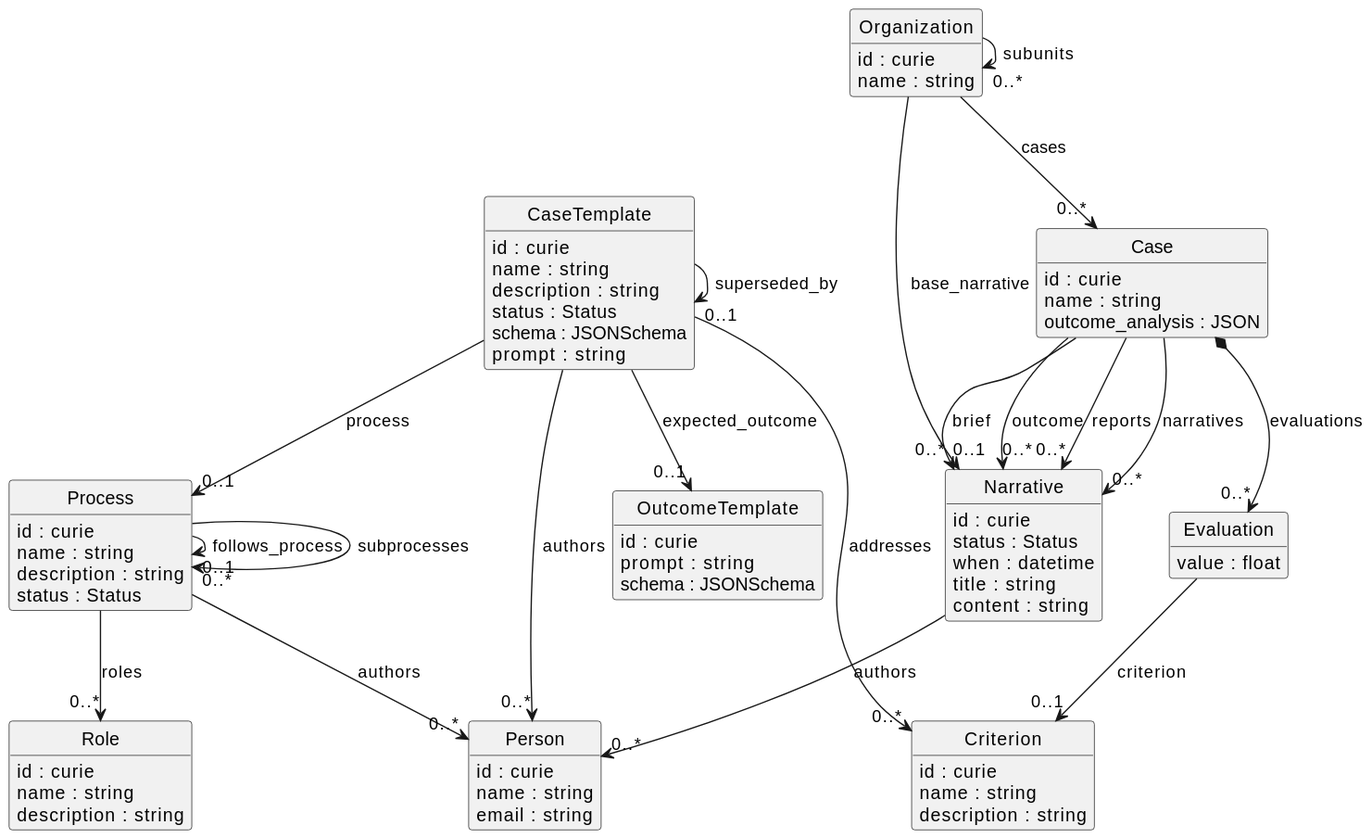
Above: schema.svg in Existentialist-Robot/ProcesSieve (PlantUML), before the change.
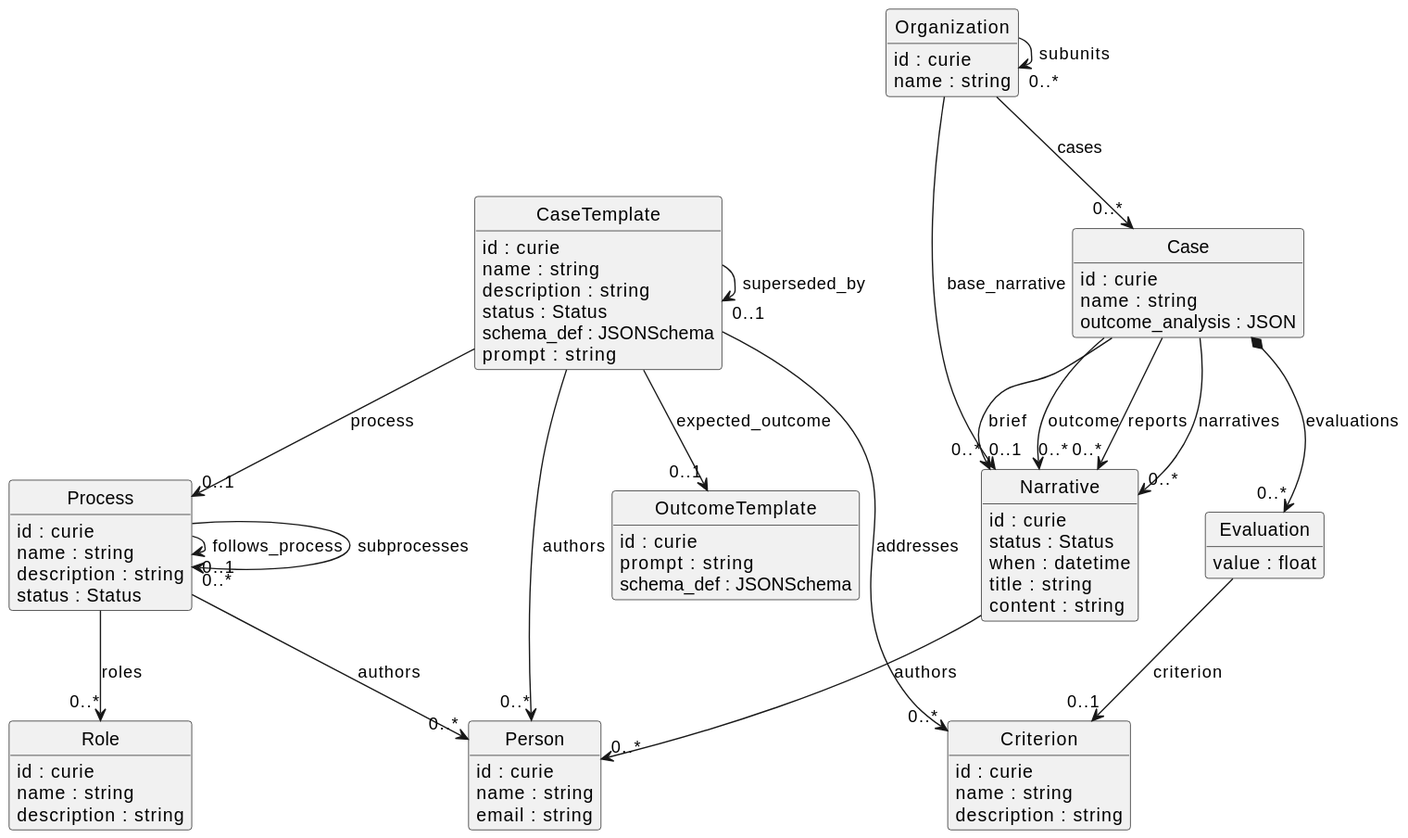
The same diagram one commit later.

Commit message:
schema name conflict

What changed in the source:
```diff
@@ -24,7 +24,7 @@
     {field} name : string
     {field} description : string
     {field} status : Status
-    {field} schema : JSONSchema
+    {field} schema_def : JSONSchema
     {field} prompt : string
 }
 "Process" --> "0..1" "Process" : "follows_process"
@@ -43,7 +43,7 @@
 class "OutcomeTemplate" [[{None}]] {
     {field} id : curie
     {field} prompt : string
-    {field} schema : JSONSchema
+    {field} schema_def : JSONSchema
 }
 "CaseTemplate" --> "0..1" "OutcomeTemplate" : "expected_outcome"
 class "Organization" [[{None}]] {
```
